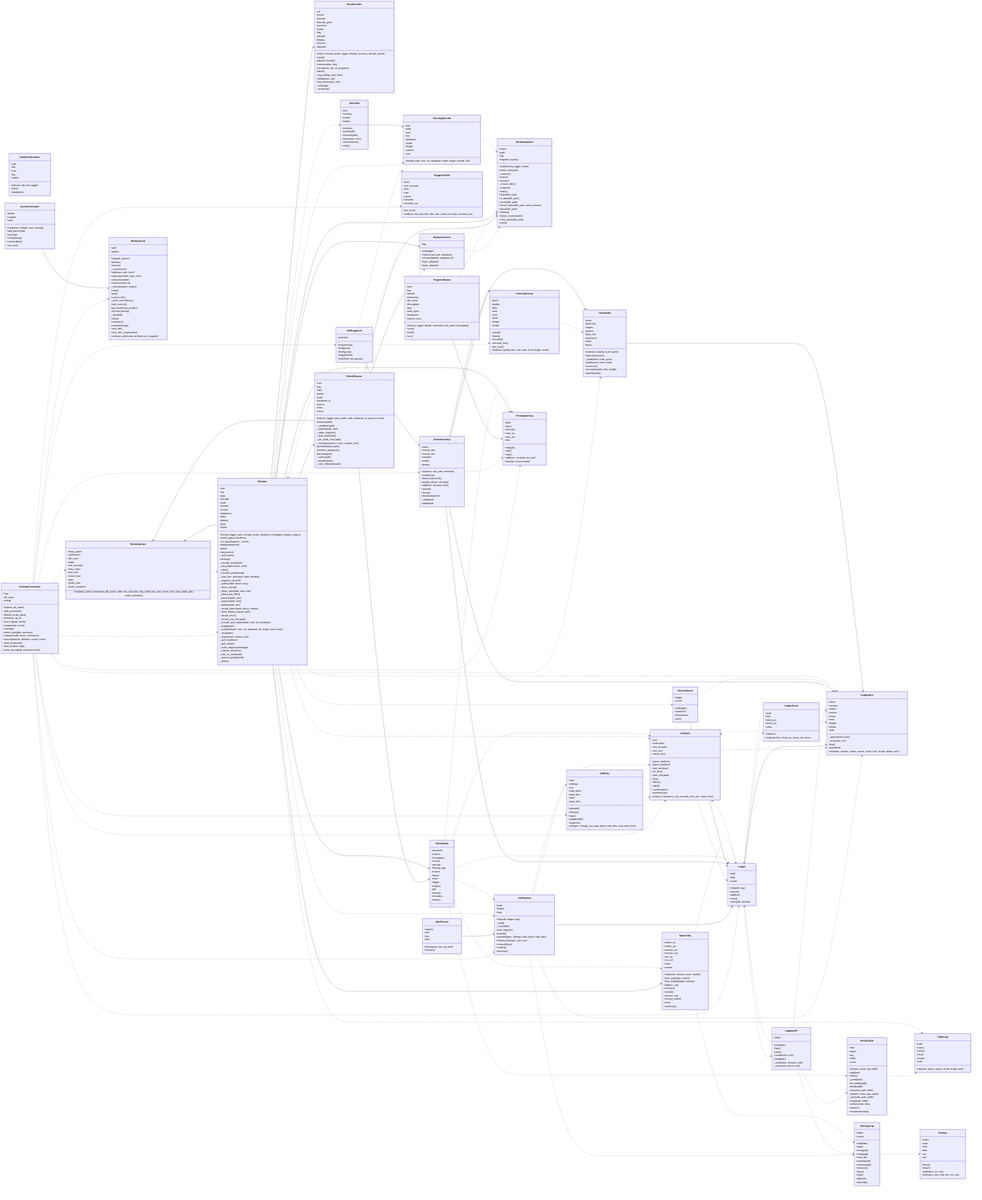
peddanet/mediatools keeps this Mermaid diagram as docs/img/uml_shrink.png. Above is the earlier version. Its source is kept beside it as docs/img/uml_shrink.mmd.
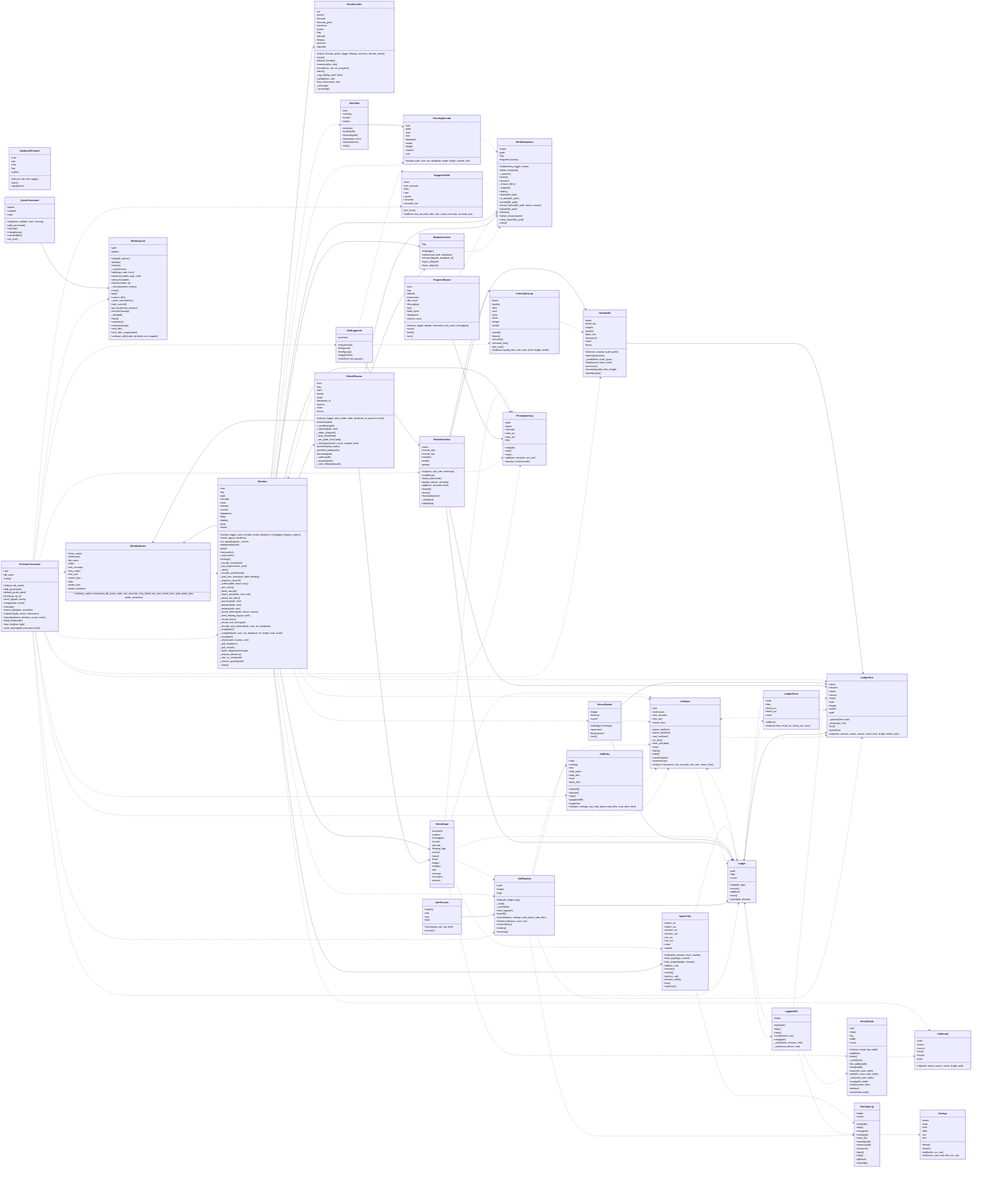
After the change.

What changed in the source:
```diff
@@ -314,8 +314,9 @@
   }
   class RecentSpeed {
     +ledger
+    +belongs
     +cache
-    +init(ledger)
+    +init(ledger, belongs)
     +span(row)
     +busy(spans)
     +rate()
@@ -396,6 +397,7 @@
     -_start_free_slots(pool, table, pending)
     -_progress_into(cell)
     -_collect(table, future, busy)
+    -_own_rows()
     -_freed_overall()
     -_report_plan(todo, total, rate)
     -_attach_bar_filter()
@@ -588,8 +590,9 @@
   ProgressReport ..> ShrinkDatabase
   ProgressReport --> ThroughputLog
   QueueCommand --> ShrinkQueue
+  RecentSpeed ..> JobSpec
   RecentSpeed --> Ledger
-  RecentSpeed ..> LedgerRow
+  RecentSpeed --> LedgerRow
   ResultTable ..> FileResult
   SavingsLog ..> Savings
   Shrinker ..> FileResult
```
